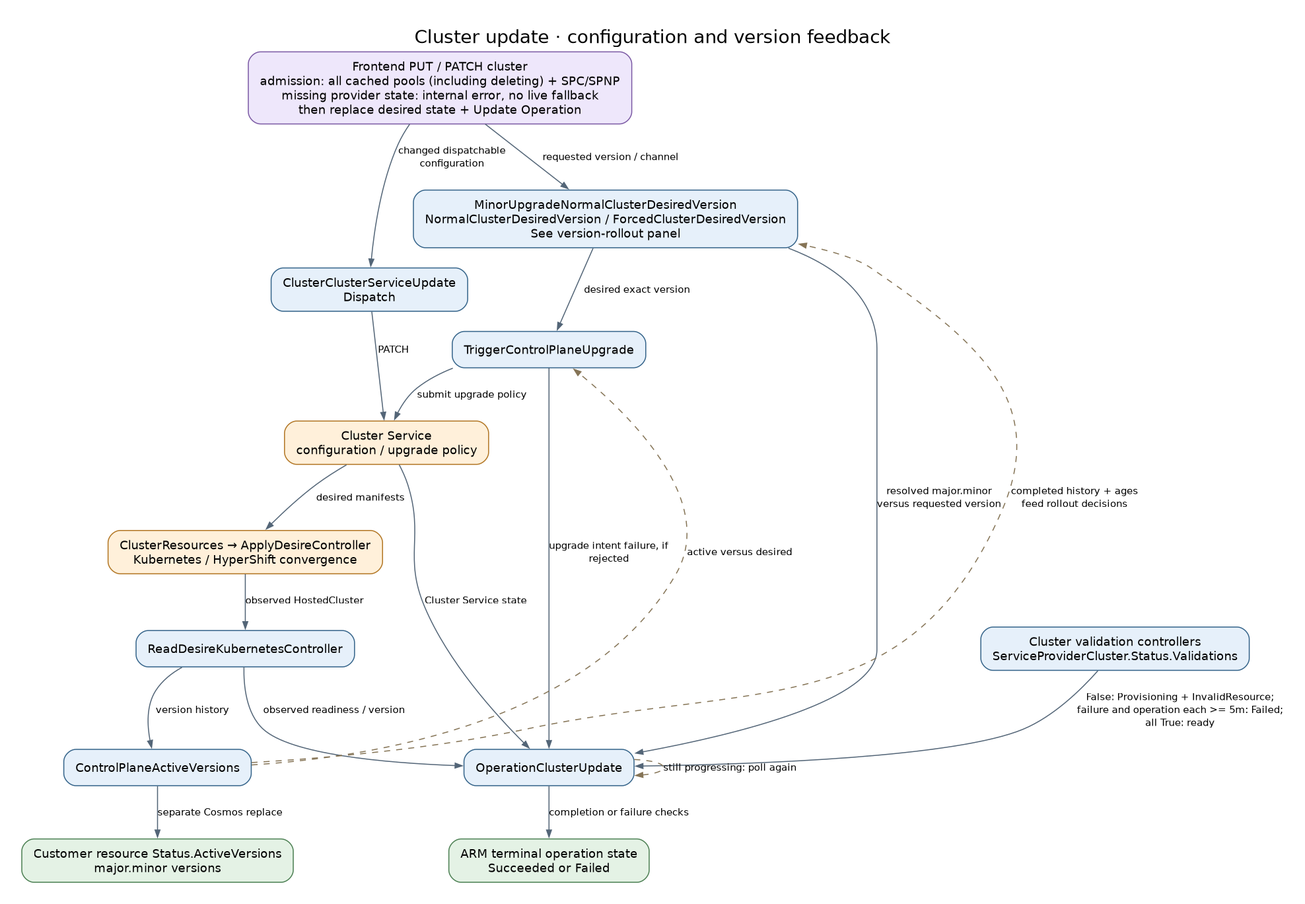
Azure/ARO-HCP keeps this Graphviz diagram as docs/diagrams/controller-flows/cluster-update.png. Above is the earlier version. Its source is kept beside it as docs/diagrams/controller-flows/cluster-update.dot. The source it was exported from:
```dot
digraph cluster_update {
  graph [rankdir=TB, bgcolor="white", pad="0.3", nodesep="0.4", ranksep="0.55", fontname="DejaVu Sans", fontsize=18, labelloc=t, label="Cluster update · configuration and version feedback", dpi=110];
  node [shape=box, style="rounded,filled", fillcolor="#e6f0fa", color="#35648a", fontname="DejaVu Sans", fontsize=12, margin="0.16,0.10"];
  edge [color="#536577", fontname="DejaVu Sans", fontsize=10, arrowsize=0.7];
  put [label="Frontend PUT / PATCH cluster\nadmission: all cached pools (including deleting) + SPC/SPNP\nmissing provider state: internal error, no live fallback\nthen replace desired state + Update Operation", fillcolor="#eee7fb", color="#7b59a4"];
  dispatch [label="ClusterClusterServiceUpdate\nDispatch", fillcolor="#e6f0fa", color="#35648a"];
  desired [label="MinorUpgradeNormalClusterDesiredVersion\nNormalClusterDesiredVersion / ForcedClusterDesiredVersion\nSee version-rollout panel", fillcolor="#e6f0fa", color="#35648a"];
  upgrade [label="TriggerControlPlaneUpgrade", fillcolor="#e6f0fa", color="#35648a"];
  cs [label="Cluster Service\nconfiguration / upgrade policy", fillcolor="#fff0da", color="#b27624"];
  kube [label="ClusterResources → ApplyDesireController\nKubernetes / HyperShift convergence", fillcolor="#fff0da", color="#b27624"];
  mirror [label="ReadDesireKubernetesController", fillcolor="#e6f0fa", color="#35648a"];
  active [label="ControlPlaneActiveVersions", fillcolor="#e6f0fa", color="#35648a"];
  validation [label="Cluster validation controllers\nServiceProviderCluster.Status.Validations", fillcolor="#e6f0fa", color="#35648a"];
  op [label="OperationClusterUpdate", fillcolor="#e6f0fa", color="#35648a"];
  done [label="ARM terminal operation state\nSucceeded or Failed", fillcolor="#e4f2e5", color="#4c8053"];
  put -> dispatch [label="changed dispatchable\nconfiguration"];
  put -> desired [label="requested version / channel"];
  desired -> upgrade [label="desired exact version"];
  desired -> op [label="resolved major.minor\nversus requested version"];
  dispatch -> cs [label="PATCH"];
  upgrade -> cs [label="submit upgrade policy"];
  cs -> kube [label="desired manifests"];
  kube -> mirror [label="observed HostedCluster"];
  mirror -> active [label="version history"];
  cs -> op [label="Cluster Service state"];
  mirror -> op [label="observed readiness / version"];
  upgrade -> op [label="upgrade intent failure, if\nrejected"];
  validation -> op [label="False: Provisioning + InvalidResource;\nfailure and operation each >= 5m: Failed;\nall True: ready"];
  op -> done [label="completion or failure checks"];
  observed [label="Customer resource Status.ActiveVersions\nmajor.minor versions", fillcolor="#e4f2e5", color="#4c8053"];
  active -> observed [label="separate Cosmos replace"];
  active -> upgrade [label="active versus desired", style=dashed, color="#857456", constraint=false];
  active -> desired [label="completed history + ages\nfeed rollout decisions", style=dashed, color="#857456", constraint=false];
  op -> op [label="still progressing: poll again", style=dashed, color="#857456", constraint=false];
}
```
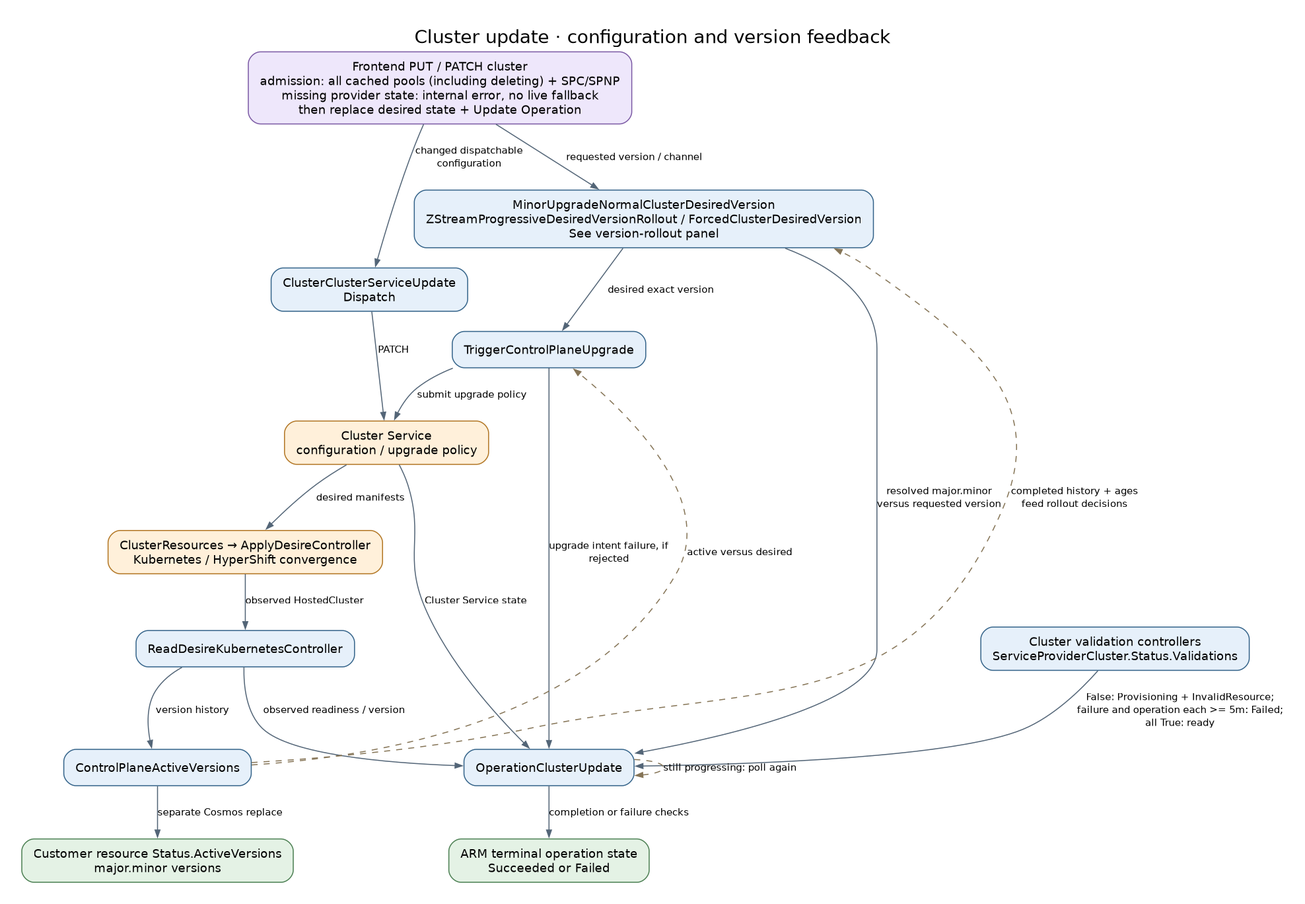
Later version of the same file.

What changed in the source:
```diff
@@ -4,7 +4,7 @@
   edge [color="#536577", fontname="DejaVu Sans", fontsize=10, arrowsize=0.7];
   put [label="Frontend PUT / PATCH cluster\nadmission: all cached pools (including deleting) + SPC/SPNP\nmissing provider state: internal error, no live fallback\nthen replace desired state + Update Operation", fillcolor="#eee7fb", color="#7b59a4"];
   dispatch [label="ClusterClusterServiceUpdate\nDispatch", fillcolor="#e6f0fa", color="#35648a"];
-  desired [label="MinorUpgradeNormalClusterDesiredVersion\nNormalClusterDesiredVersion / ForcedClusterDesiredVersion\nSee version-rollout panel", fillcolor="#e6f0fa", color="#35648a"];
+  desired [label="MinorUpgradeNormalClusterDesiredVersion\nZStreamProgressiveDesiredVersionRollout / ForcedClusterDesiredVersion\nSee version-rollout panel", fillcolor="#e6f0fa", color="#35648a"];
   upgrade [label="TriggerControlPlaneUpgrade", fillcolor="#e6f0fa", color="#35648a"];
   cs [label="Cluster Service\nconfiguration / upgrade policy", fillcolor="#fff0da", color="#b27624"];
   kube [label="ClusterResources → ApplyDesireController\nKubernetes / HyperShift convergence", fillcolor="#fff0da", color="#b27624"];
```
